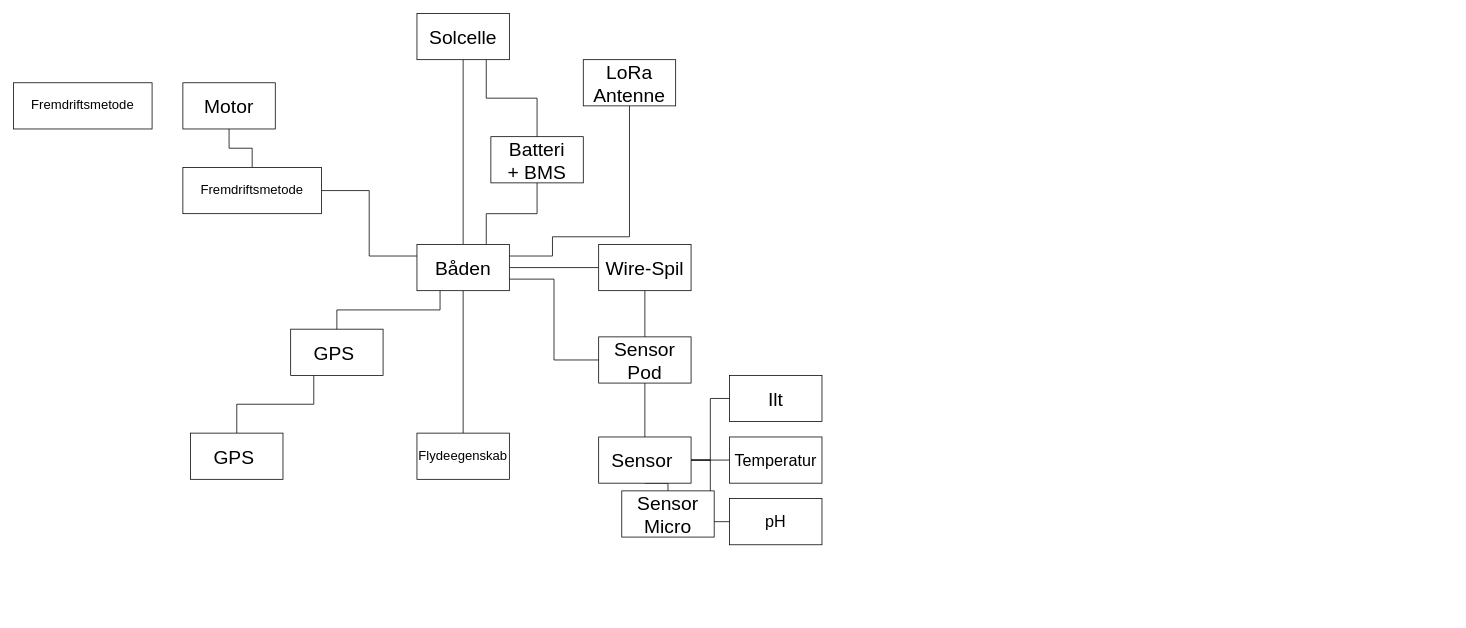
This is Projektformulering/fig/opstarts Arkitektur.drawio from mbirko/PRJ3_Repo, a draw.io file, before an edit. Source tidied: cells renumbered, new cells numbered last; positions are measured from the earlier drawing's top-left corner, leaving out a move shared by most shapes. Both pictures are drawn from the tidied source at 77%, with x=0, y=0 at pixel (13, 13).
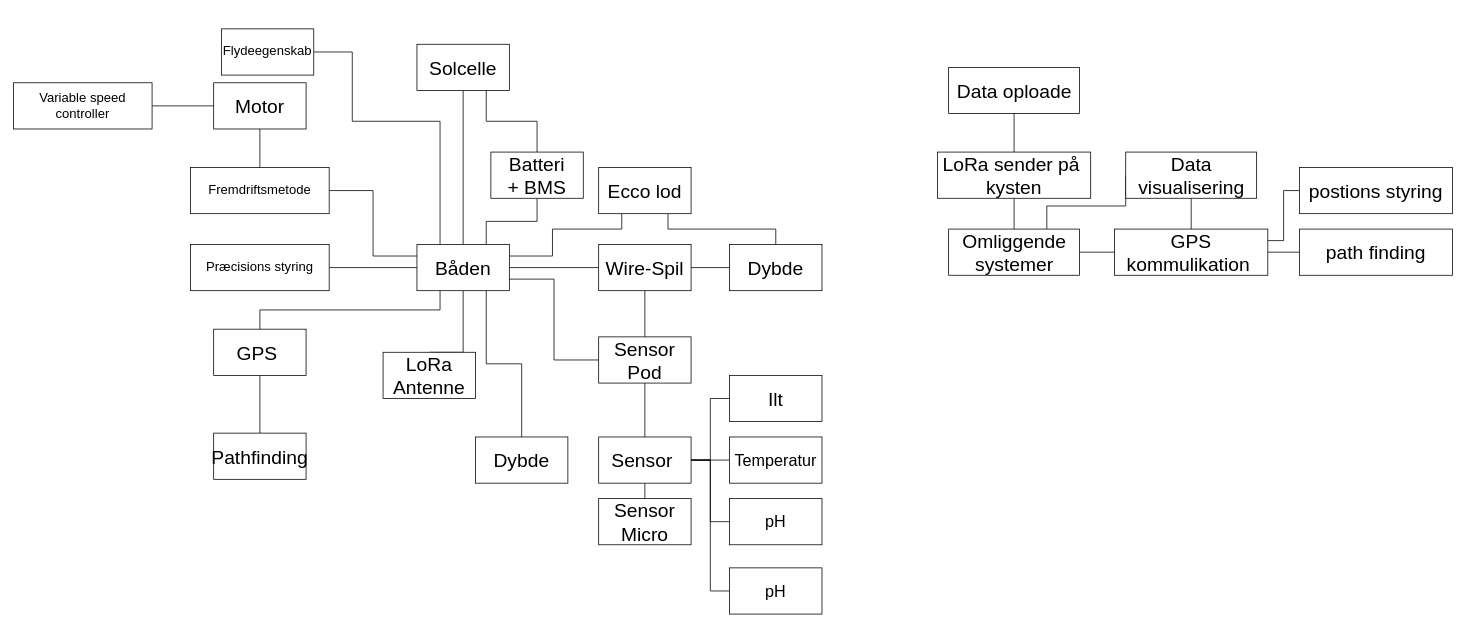
The same page after the edit.

The change refers to these unchanged cells:
```xml
<mxCell id="10" value="Båden" style="rounded=0;whiteSpace=wrap;html=1;fontSize=25;" parent="1" vertex="1">
  <mxGeometry x="524" y="300" width="120" height="60" as="geometry" />
</mxCell>
<mxCell id="16" value="Wire-Spil&lt;br style=&quot;font-size: 24px&quot;&gt;" style="rounded=0;whiteSpace=wrap;html=1;fontSize=25;" parent="1" vertex="1">
  <mxGeometry x="760" y="300" width="120" height="60" as="geometry" />
</mxCell>
<mxCell id="22" value="Sensor&amp;nbsp;" style="rounded=0;whiteSpace=wrap;html=1;fontSize=25;" parent="1" vertex="1">
  <mxGeometry x="760" y="550" width="120" height="60" as="geometry" />
</mxCell>
```

The edit, as a diff of the source:
```diff
@@
     <mxCell id="2" value="Motor" style="rounded=0;whiteSpace=wrap;html=1;fontSize=25;" parent="1" vertex="1">
-      <mxGeometry x="220" y="90" width="120" height="60" as="geometry" />
+      <mxGeometry x="260" y="90" width="120" height="60" as="geometry" />
     </mxCell>
@@
-    <mxCell id="5" style="edgeStyle=orthogonalEdgeStyle;rounded=0;jettySize=auto;html=1;entryX=0.5;entryY=1;entryDx=0;entryDy=0;fontSize=21;endArrow=none;endFill=0;exitX=1;exitY=0.25;exitDx=0;exitDy=0;" parent="1" edge="1" source="10" target="13">
+    <mxCell id="5" style="edgeStyle=orthogonalEdgeStyle;rounded=0;jettySize=auto;html=1;entryX=0.5;entryY=0;entryDx=0;entryDy=0;fontSize=21;endArrow=none;endFill=0;exitX=0.5;exitY=1;exitDx=0;exitDy=0;" parent="1" edge="1" source="10" target="13">
       <mxGeometry relative="1" as="geometry">
         <Array as="points">
-          <mxPoint x="700" y="315" />
-          <mxPoint x="700" y="290" />
-          <mxPoint x="800" y="290" />
+          <mxPoint x="584" y="420" />
+          <mxPoint x="584" y="420" />
         </Array>
       </mxGeometry>
     </mxCell>
@@
-    <mxCell id="9" style="edgeStyle=orthogonalEdgeStyle;rounded=0;jettySize=auto;html=1;exitX=0.5;exitY=1;exitDx=0;exitDy=0;fontSize=21;endArrow=none;endFill=0;entryX=0.5;entryY=0;entryDx=0;entryDy=0;" parent="1" edge="1" source="10" target="32">
-      <mxGeometry relative="1" as="geometry" />
+    <mxCell id="9" style="edgeStyle=orthogonalEdgeStyle;rounded=0;jettySize=auto;html=1;exitX=0.25;exitY=0;exitDx=0;exitDy=0;fontSize=21;endArrow=none;endFill=0;entryX=1;entryY=0.5;entryDx=0;entryDy=0;" parent="1" edge="1" source="10" target="32">
+      <mxGeometry relative="1" as="geometry">
+        <Array as="points">
+          <mxPoint x="554" y="140" />
+          <mxPoint x="440" y="140" />
+          <mxPoint x="440" y="50" />
+        </Array>
+      </mxGeometry>
     </mxCell>
+    <mxCell id="36" style="edgeStyle=orthogonalEdgeStyle;rounded=0;jettySize=auto;html=1;exitX=0;exitY=0.5;exitDx=0;exitDy=0;fontSize=24;endArrow=none;endFill=0;entryX=1;entryY=0.5;entryDx=0;entryDy=0;" parent="1" edge="1" source="10" target="40">
+      <mxGeometry relative="1" as="geometry" />
+    </mxCell>
+    <mxCell id="37" style="edgeStyle=orthogonalEdgeStyle;rounded=0;jettySize=auto;html=1;exitX=1;exitY=0.25;exitDx=0;exitDy=0;entryX=0.25;entryY=1;entryDx=0;entryDy=0;fontSize=24;endArrow=none;endFill=0;" parent="1" edge="1" source="10" target="49">
+      <mxGeometry relative="1" as="geometry">
+        <Array as="points">
+          <mxPoint x="700" y="315" />
+          <mxPoint x="700" y="280" />
+          <mxPoint x="790" y="280" />
+        </Array>
+      </mxGeometry>
+    </mxCell>
@@
     <mxCell id="12" value="Solcelle" style="rounded=0;whiteSpace=wrap;html=1;fontSize=25;" parent="1" vertex="1">
-      <mxGeometry x="524" width="120" height="60" as="geometry" />
+      <mxGeometry x="524" y="40" width="120" height="60" as="geometry" />
     </mxCell>
     <mxCell id="13" value="LoRa Antenne" style="rounded=0;whiteSpace=wrap;html=1;fontSize=25;" parent="1" vertex="1">
-      <mxGeometry x="740" y="60" width="120" height="60" as="geometry" />
+      <mxGeometry x="480" y="440" width="120" height="60" as="geometry" />
     </mxCell>
     <mxCell id="14" value="Batteri&lt;br&gt;+ BMS" style="rounded=0;whiteSpace=wrap;html=1;fontSize=25;" parent="1" vertex="1">
-      <mxGeometry x="620" y="160" width="120" height="60" as="geometry" />
+      <mxGeometry x="620" y="180" width="120" height="60" as="geometry" />
     </mxCell>
     <mxCell id="15" value="Fremdriftsmetode" style="rounded=0;whiteSpace=wrap;html=1;fontSize=17;" parent="1" vertex="1">
-      <mxGeometry x="220" y="200" width="180" height="60" as="geometry" />
+      <mxGeometry x="230" y="200" width="180" height="60" as="geometry" />
     </mxCell>
@@
+    <mxCell id="38" style="edgeStyle=orthogonalEdgeStyle;rounded=0;jettySize=auto;html=1;exitX=1;exitY=0.5;exitDx=0;exitDy=0;fontSize=24;endArrow=none;endFill=0;entryX=0;entryY=0.5;entryDx=0;entryDy=0;" parent="1" edge="1" source="22" target="59">
+      <mxGeometry relative="1" as="geometry" />
+    </mxCell>
@@
-    <mxCell id="26" style="edgeStyle=orthogonalEdgeStyle;rounded=0;jettySize=auto;html=1;exitX=0.25;exitY=1;exitDx=0;exitDy=0;fontSize=17;endArrow=none;endFill=0;" parent="1" edge="1" source="28" target="33">
+    <mxCell id="26" style="edgeStyle=orthogonalEdgeStyle;rounded=0;jettySize=auto;html=1;exitX=0.5;exitY=1;exitDx=0;exitDy=0;fontSize=17;endArrow=none;endFill=0;" parent="1" edge="1" source="28" target="33">
       <mxGeometry relative="1" as="geometry" />
     </mxCell>
@@
     <mxCell id="28" value="GPS&amp;nbsp;" style="rounded=0;whiteSpace=wrap;html=1;fontSize=25;" parent="1" vertex="1">
-      <mxGeometry x="360" y="410" width="120" height="60" as="geometry" />
+      <mxGeometry x="260" y="410" width="120" height="60" as="geometry" />
     </mxCell>
@@
     <mxCell id="32" value="Flydeegenskab" style="rounded=0;whiteSpace=wrap;html=1;fontSize=17;" parent="1" vertex="1">
-      <mxGeometry x="524" y="545" width="120" height="60" as="geometry" />
+      <mxGeometry x="270" y="20" width="120" height="60" as="geometry" />
     </mxCell>
-    <mxCell id="33" value="GPS&amp;nbsp;" style="rounded=0;whiteSpace=wrap;html=1;fontSize=25;" parent="1" vertex="1">
-      <mxGeometry x="230" y="545" width="120" height="60" as="geometry" />
+    <mxCell id="33" value="Pathfinding" style="rounded=0;whiteSpace=wrap;html=1;fontSize=25;" parent="1" vertex="1">
+      <mxGeometry x="260" y="545" width="120" height="60" as="geometry" />
     </mxCell>
+    <mxCell id="39" style="edgeStyle=orthogonalEdgeStyle;rounded=0;jettySize=auto;html=1;exitX=1;exitY=0.5;exitDx=0;exitDy=0;entryX=0;entryY=0.5;entryDx=0;entryDy=0;fontSize=24;endArrow=none;endFill=0;" parent="1" edge="1" source="34" target="2">
+      <mxGeometry relative="1" as="geometry" />
+    </mxCell>
-    <mxCell id="34" value="Fremdriftsmetode" style="rounded=0;whiteSpace=wrap;html=1;fontSize=17;" parent="1" vertex="1">
+    <mxCell id="34" value="Variable speed controller" style="rounded=0;whiteSpace=wrap;html=1;fontSize=17;" parent="1" vertex="1">
       <mxGeometry y="90" width="180" height="60" as="geometry" />
     </mxCell>
     <mxCell id="35" value="Sensor Micro" style="rounded=0;whiteSpace=wrap;html=1;fontSize=25;" parent="1" vertex="1">
-      <mxGeometry x="790" y="620" width="120" height="60" as="geometry" />
+      <mxGeometry x="760" y="630" width="120" height="60" as="geometry" />
     </mxCell>
+    <mxCell id="40" value="Præcisions styring" style="rounded=0;whiteSpace=wrap;html=1;fontSize=17;" parent="1" vertex="1">
+      <mxGeometry x="230" y="300" width="180" height="60" as="geometry" />
+    </mxCell>
+    <mxCell id="41" style="edgeStyle=orthogonalEdgeStyle;rounded=0;jettySize=auto;html=1;exitX=0.5;exitY=0;exitDx=0;exitDy=0;entryX=0.5;entryY=1;entryDx=0;entryDy=0;fontSize=24;endArrow=none;endFill=0;" parent="1" edge="1" source="44" target="58">
+      <mxGeometry relative="1" as="geometry" />
+    </mxCell>
+    <mxCell id="42" style="edgeStyle=orthogonalEdgeStyle;rounded=0;jettySize=auto;html=1;exitX=0.75;exitY=0;exitDx=0;exitDy=0;entryX=0;entryY=0.5;entryDx=0;entryDy=0;fontSize=24;endArrow=none;endFill=0;" parent="1" edge="1" source="44" target="52">
+      <mxGeometry relative="1" as="geometry">
+        <Array as="points">
+          <mxPoint x="1342" y="250" />
+          <mxPoint x="1444" y="250" />
+        </Array>
+      </mxGeometry>
+    </mxCell>
+    <mxCell id="43" style="edgeStyle=orthogonalEdgeStyle;rounded=0;jettySize=auto;html=1;exitX=1;exitY=0.5;exitDx=0;exitDy=0;entryX=0;entryY=0.5;entryDx=0;entryDy=0;fontSize=24;endArrow=none;endFill=0;" parent="1" edge="1" source="44" target="56">
+      <mxGeometry relative="1" as="geometry" />
+    </mxCell>
+    <mxCell id="44" value="Omliggende systemer" style="rounded=0;whiteSpace=wrap;html=1;fontSize=25;" parent="1" vertex="1">
+      <mxGeometry x="1214.5" y="280" width="170" height="60" as="geometry" />
+    </mxCell>
+    <mxCell id="45" value="Dybde" style="rounded=0;whiteSpace=wrap;html=1;fontSize=25;" parent="1" vertex="1">
+      <mxGeometry x="930" y="300" width="120" height="60" as="geometry" />
+    </mxCell>
+    <mxCell id="46" value="Data oploade" style="rounded=0;whiteSpace=wrap;html=1;fontSize=25;" parent="1" vertex="1">
+      <mxGeometry x="1214.5" y="70" width="170" height="60" as="geometry" />
+    </mxCell>
+    <mxCell id="47" style="edgeStyle=orthogonalEdgeStyle;rounded=0;jettySize=auto;html=1;entryX=0;entryY=0.5;entryDx=0;entryDy=0;fontSize=21;endArrow=none;endFill=0;exitX=1;exitY=0.5;exitDx=0;exitDy=0;" parent="1" edge="1" source="16" target="45">
+      <mxGeometry relative="1" as="geometry" />
+    </mxCell>
+    <mxCell id="48" style="edgeStyle=orthogonalEdgeStyle;rounded=0;jettySize=auto;html=1;exitX=0.75;exitY=1;exitDx=0;exitDy=0;fontSize=24;endArrow=none;endFill=0;" parent="1" edge="1" source="49" target="45">
+      <mxGeometry relative="1" as="geometry" />
+    </mxCell>
+    <mxCell id="49" value="Ecco lod" style="rounded=0;whiteSpace=wrap;html=1;fontSize=25;" parent="1" vertex="1">
+      <mxGeometry x="760" y="200" width="120" height="60" as="geometry" />
+    </mxCell>
+    <mxCell id="50" value="Dybde" style="rounded=0;whiteSpace=wrap;html=1;fontSize=25;" parent="1" vertex="1">
+      <mxGeometry x="600" y="550" width="120" height="60" as="geometry" />
+    </mxCell>
+    <mxCell id="51" style="edgeStyle=orthogonalEdgeStyle;rounded=0;jettySize=auto;html=1;exitX=0.75;exitY=1;exitDx=0;exitDy=0;fontSize=21;endArrow=none;endFill=0;entryX=0.5;entryY=0;entryDx=0;entryDy=0;" parent="1" edge="1" source="10" target="50">
+      <mxGeometry relative="1" as="geometry" />
+    </mxCell>
+    <mxCell id="52" value="Data visualisering" style="rounded=0;whiteSpace=wrap;html=1;fontSize=25;" parent="1" vertex="1">
+      <mxGeometry x="1444.5" y="180" width="170" height="60" as="geometry" />
+    </mxCell>
+    <mxCell id="53" style="edgeStyle=orthogonalEdgeStyle;rounded=0;jettySize=auto;html=1;exitX=1;exitY=0.5;exitDx=0;exitDy=0;entryX=0;entryY=0.5;entryDx=0;entryDy=0;fontSize=24;endArrow=none;endFill=0;" parent="1" edge="1" source="56" target="60">
+      <mxGeometry relative="1" as="geometry" />
+    </mxCell>
+    <mxCell id="54" style="edgeStyle=orthogonalEdgeStyle;rounded=0;jettySize=auto;html=1;exitX=1;exitY=0.25;exitDx=0;exitDy=0;entryX=0;entryY=0.5;entryDx=0;entryDy=0;fontSize=24;endArrow=none;endFill=0;" parent="1" edge="1" source="56" target="61">
+      <mxGeometry relative="1" as="geometry" />
+    </mxCell>
+    <mxCell id="55" style="edgeStyle=orthogonalEdgeStyle;rounded=0;jettySize=auto;html=1;exitX=0.5;exitY=0;exitDx=0;exitDy=0;entryX=0.5;entryY=1;entryDx=0;entryDy=0;fontSize=24;endArrow=none;endFill=0;" parent="1" edge="1" source="56" target="52">
+      <mxGeometry relative="1" as="geometry" />
+    </mxCell>
+    <mxCell id="56" value="GPS kommulikation&amp;nbsp;" style="rounded=0;whiteSpace=wrap;html=1;fontSize=25;" parent="1" vertex="1">
+      <mxGeometry x="1430" y="280" width="199" height="60" as="geometry" />
+    </mxCell>
+    <mxCell id="57" style="edgeStyle=orthogonalEdgeStyle;rounded=0;jettySize=auto;html=1;exitX=0.5;exitY=0;exitDx=0;exitDy=0;entryX=0.5;entryY=1;entryDx=0;entryDy=0;fontSize=24;endArrow=none;endFill=0;" parent="1" edge="1" source="58" target="46">
+      <mxGeometry relative="1" as="geometry" />
+    </mxCell>
+    <mxCell id="58" value="LoRa sender på&amp;nbsp;&lt;br&gt;kysten" style="rounded=0;whiteSpace=wrap;html=1;fontSize=25;" parent="1" vertex="1">
+      <mxGeometry x="1200" y="180" width="199" height="60" as="geometry" />
+    </mxCell>
+    <mxCell id="59" value="pH" style="rounded=0;whiteSpace=wrap;html=1;fontSize=21;" parent="1" vertex="1">
+      <mxGeometry x="930" y="720" width="120" height="60" as="geometry" />
+    </mxCell>
+    <mxCell id="60" value="path finding" style="rounded=0;whiteSpace=wrap;html=1;fontSize=25;" parent="1" vertex="1">
+      <mxGeometry x="1670" y="280" width="199" height="60" as="geometry" />
+    </mxCell>
+    <mxCell id="61" value="postions styring" style="rounded=0;whiteSpace=wrap;html=1;fontSize=25;" parent="1" vertex="1">
+      <mxGeometry x="1670" y="200" width="199" height="60" as="geometry" />
+    </mxCell>
```
